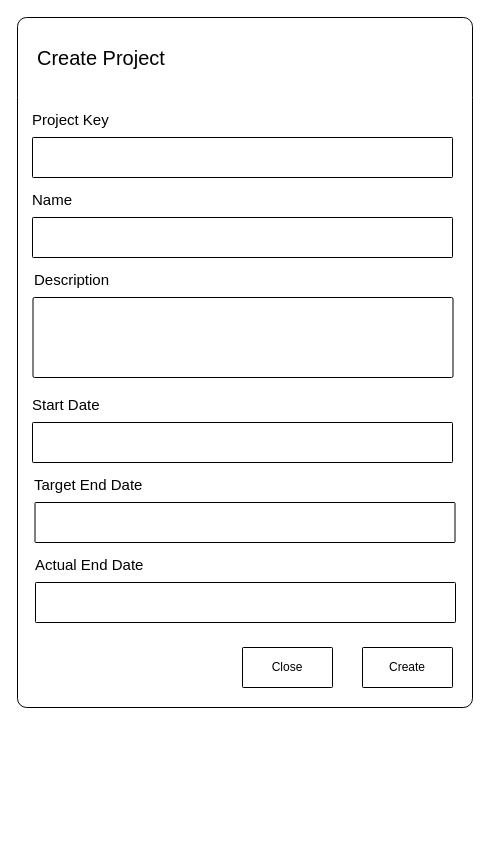
Above: docs/designs/projects/project-creation-form.drawio in AlexBosca/BugTracker (draw.io), before the change. Source tidied: cells renumbered, new cells numbered last; positions are measured from the earlier drawing's top-left corner, leaving out a move shared by most shapes. Both pictures are drawn from the tidied source at 100%, with x=0, y=0 at pixel (17, 17).
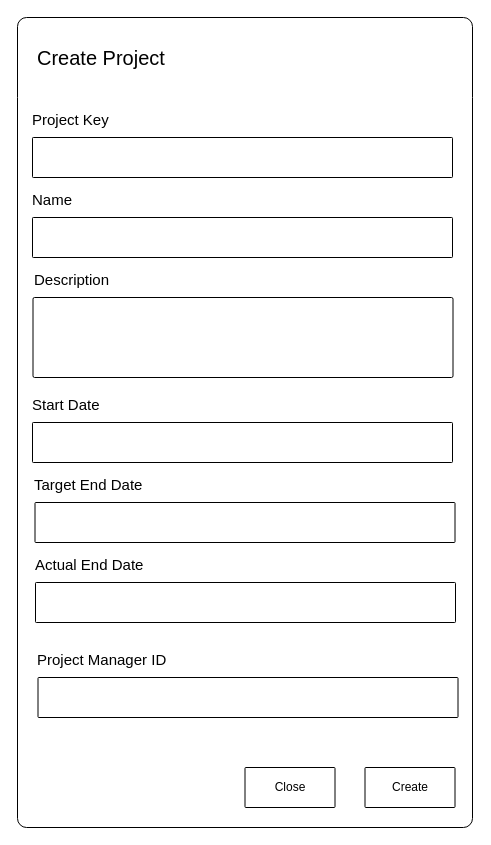
After the change.

Commit message (it also covers changes not shown here):
CU-86bxy3cqp - Design Project Assignment Interface

The edit, as a diff of the source:
```diff
@@
     <mxCell id="2" style="rounded=1;whiteSpace=wrap;html=1;gradientColor=none;fillColor=none;glass=0;shadow=0;sketch=0;labelPadding=0;fillOpacity=100;arcSize=2;" parent="1" vertex="1">
-      <mxGeometry width="455" height="690" as="geometry" />
+      <mxGeometry width="455" height="810" as="geometry" />
     </mxCell>
@@
     <mxCell id="17" value="Close" style="rounded=1;whiteSpace=wrap;html=1;gradientColor=none;fillColor=none;glass=0;shadow=0;sketch=0;labelPadding=0;fillOpacity=100;arcSize=2;" parent="1" vertex="1">
-      <mxGeometry x="225" y="630" width="90" height="40" as="geometry" />
+      <mxGeometry x="227.5" y="750" width="90" height="40" as="geometry" />
     </mxCell>
     <mxCell id="18" value="Create" style="rounded=1;whiteSpace=wrap;html=1;gradientColor=none;fillColor=none;glass=0;shadow=0;sketch=0;labelPadding=0;fillOpacity=100;arcSize=2;" parent="1" vertex="1">
-      <mxGeometry x="345" y="630" width="90" height="40" as="geometry" />
+      <mxGeometry x="347.5" y="750" width="90" height="40" as="geometry" />
     </mxCell>
+    <mxCell id="19" style="rounded=1;whiteSpace=wrap;html=1;gradientColor=none;fillColor=none;glass=0;shadow=0;sketch=0;labelPadding=0;fillOpacity=100;arcSize=2;" parent="1" vertex="1">
+      <mxGeometry x="20.5" y="660" width="420" height="40" as="geometry" />
+    </mxCell>
+    <mxCell id="20" value="&lt;font style=&quot;font-size: 15px;&quot;&gt;Project Manager ID&lt;/font&gt;" style="text;html=1;align=left;verticalAlign=middle;strokeColor=none;fillColor=none;fontSize=20;" parent="1" vertex="1">
+      <mxGeometry x="18" y="620" width="150" height="40" as="geometry" />
+    </mxCell>
```
